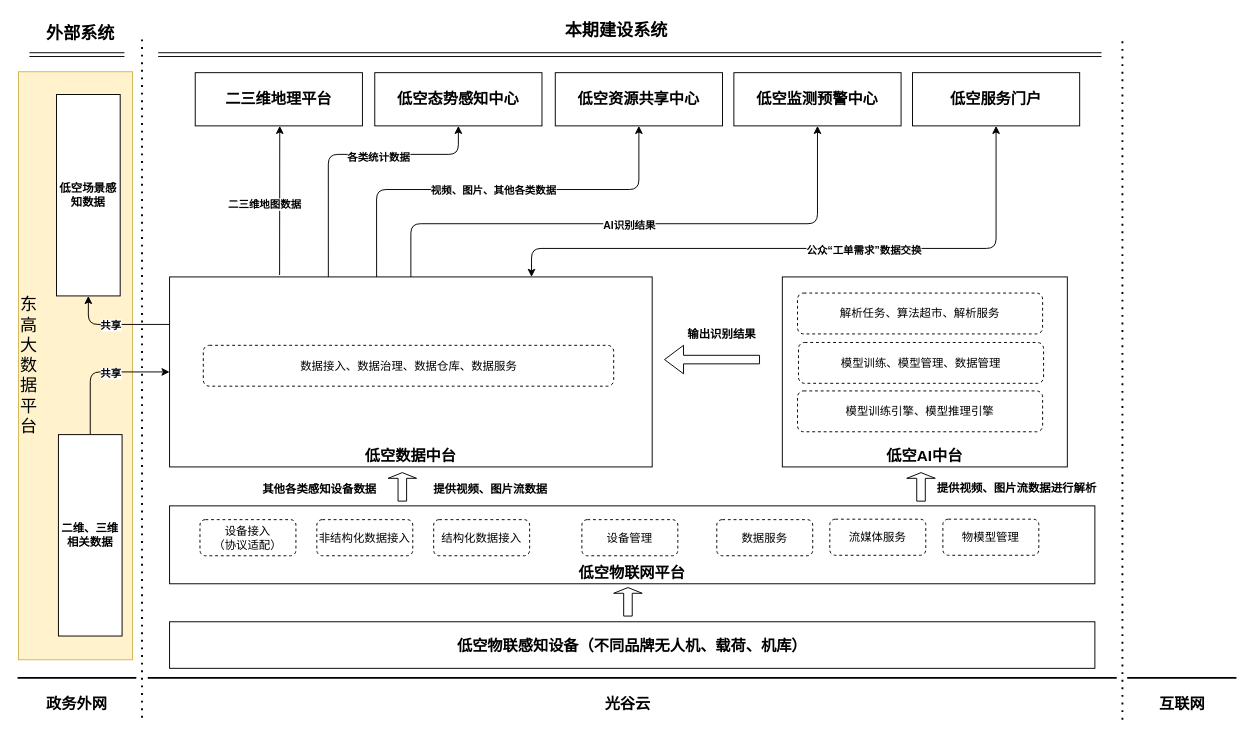
Above: page "数据流架构图-V3" (21 of 21) of donggao-20230703.drawio in yangchenyu/micro-service (draw.io), before the change. Source tidied: cells renumbered, new cells numbered last; positions are measured from the earlier drawing's top-left corner, leaving out a move shared by most shapes. Both pictures are drawn from the tidied source at 95%, with x=0, y=0 at pixel (17, 16).
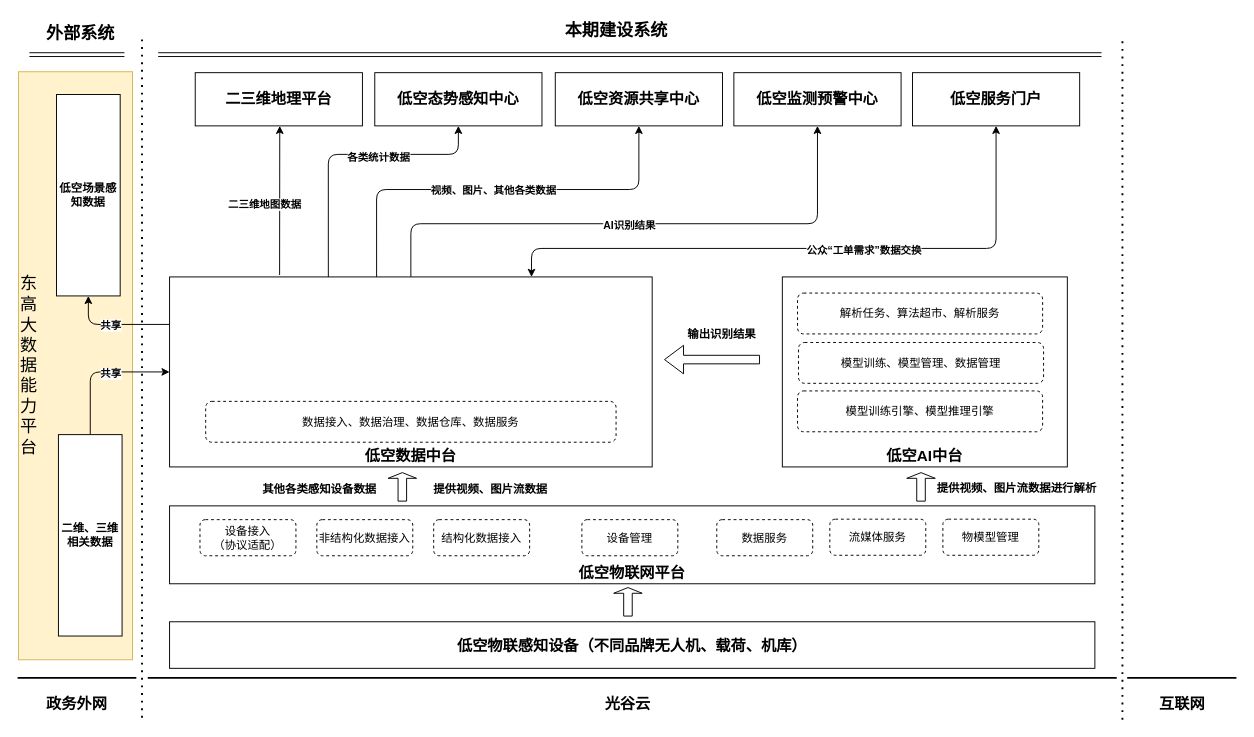
The same diagram, later.

Change to the diagram source:
```diff
@@
-    <mxCell id="10" value="东&lt;br style=&quot;font-size: 18px;&quot;&gt;高&lt;br style=&quot;font-size: 18px;&quot;&gt;大&lt;br style=&quot;font-size: 18px;&quot;&gt;数&lt;br style=&quot;font-size: 18px;&quot;&gt;据&lt;br style=&quot;font-size: 18px;&quot;&gt;平&lt;br style=&quot;font-size: 18px;&quot;&gt;台" style="rounded=0;whiteSpace=wrap;html=1;align=left;fontStyle=0;fontSize=18;strokeWidth=1;fillColor=#fff2cc;strokeColor=#d6b656;" parent="1" vertex="1">
+    <mxCell id="10" value="东&lt;br style=&quot;font-size: 18px;&quot;&gt;高&lt;br style=&quot;font-size: 18px;&quot;&gt;大&lt;br style=&quot;font-size: 18px;&quot;&gt;数&lt;br style=&quot;font-size: 18px;&quot;&gt;据&lt;br&gt;能&lt;br&gt;力&lt;br style=&quot;font-size: 18px;&quot;&gt;平&lt;br style=&quot;font-size: 18px;&quot;&gt;台" style="rounded=0;whiteSpace=wrap;html=1;align=left;fontStyle=0;fontSize=18;strokeWidth=1;fillColor=#fff2cc;strokeColor=#d6b656;" parent="1" vertex="1">
       <mxGeometry x="1" y="58" width="120" height="619" as="geometry" />
     </mxCell>
@@
     <mxCell id="44" value="数据接入、数据治理、数据仓库、数据服务" style="rounded=1;whiteSpace=wrap;html=1;dashed=1;" parent="1" vertex="1">
-      <mxGeometry x="195.5" y="346" width="432" height="43" as="geometry" />
+      <mxGeometry x="198" y="405" width="432" height="43" as="geometry" />
     </mxCell>
```
